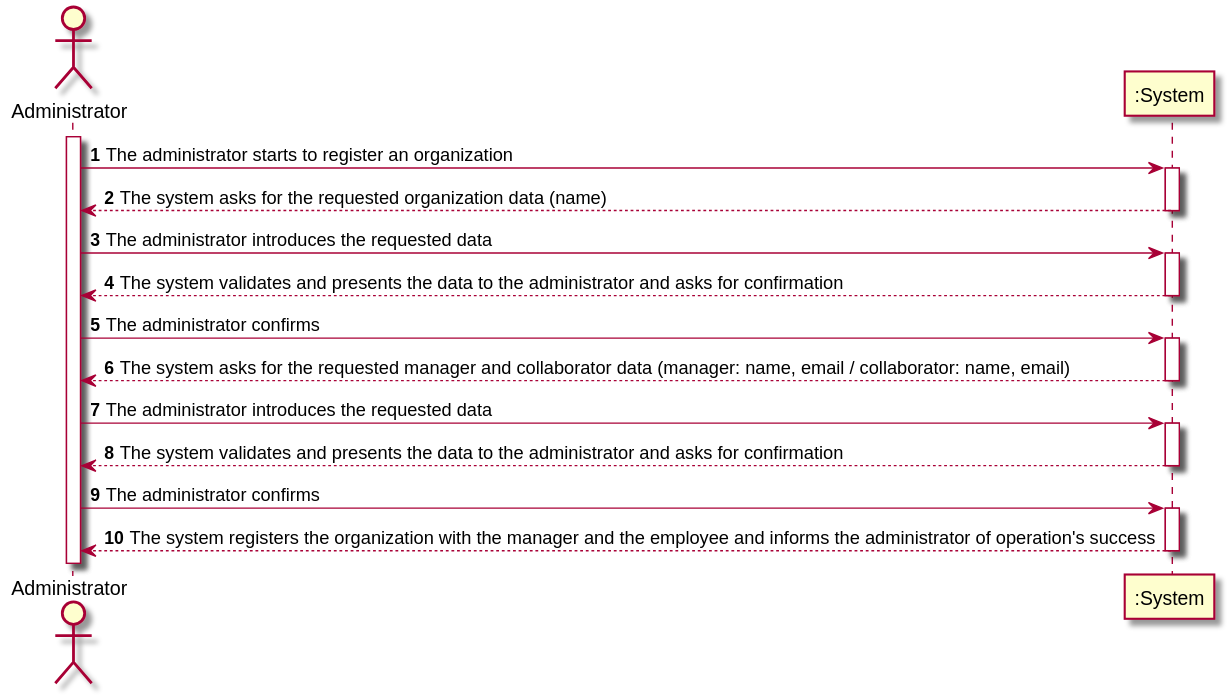
Above: LAPR2-2020-G010-Application/docs/usecases/UC2/UC2_SSD.svg in LourencoMelo/ISEP-LAPR2 (PlantUML), before the change. Source of this version:
```plantuml
@startuml
autonumber

actor "Administrator" as ADMIN
participant ":System" as SYS

activate ADMIN
ADMIN -> SYS : The administrator starts to register an organization
activate SYS
ADMIN <-- SYS : The system asks for the requested organization data (name)
deactivate SYS
ADMIN -> SYS : The administrator introduces the requested data
activate SYS
ADMIN <-- SYS : The system validates and presents the data to the administrator and asks for confirmation
deactivate SYS
ADMIN -> SYS : The administrator confirms
activate SYS
ADMIN <-- SYS : The system asks for the requested manager and collaborator data (manager: name, email / collaborator: name, email)
deactivate SYS
ADMIN -> SYS : The administrator introduces the requested data
activate SYS
ADMIN <-- SYS : The system validates and presents the data to the administrator and asks for confirmation
deactivate SYS
ADMIN -> SYS : The administrator confirms
activate SYS
ADMIN <-- SYS : The system registers the organization with the manager and the employee and informs the administrator of operation's success
deactivate SYS

@enduml
```
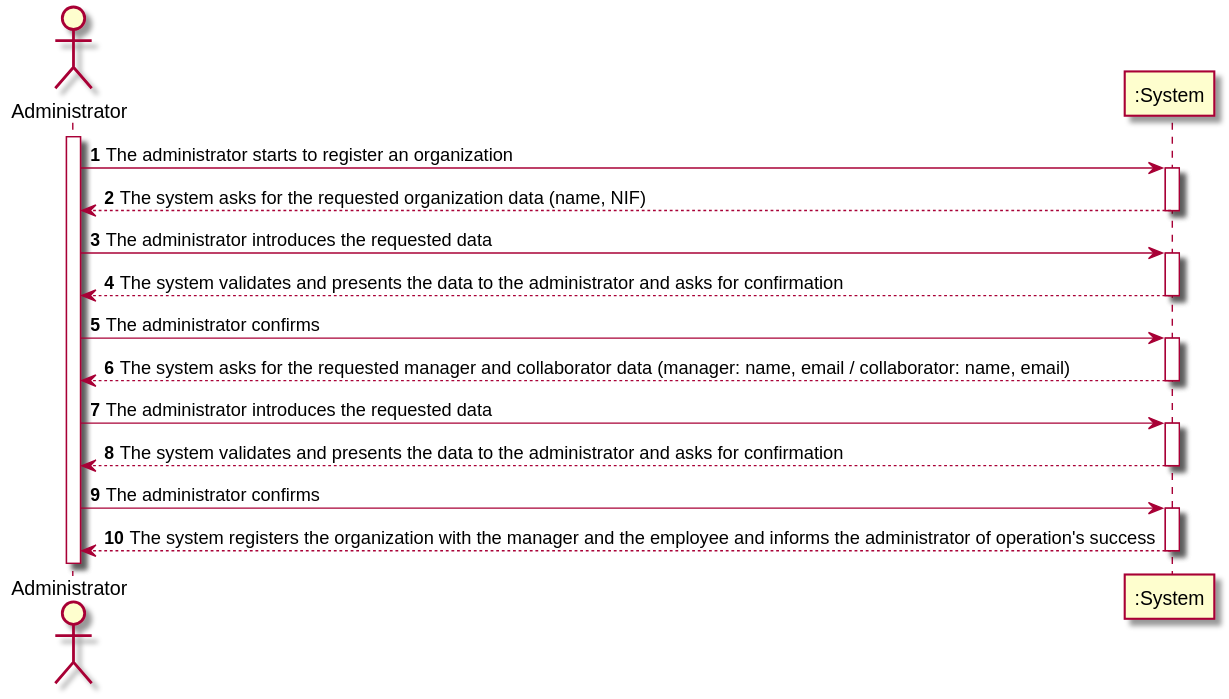
After the commit.

Commit message:
Changes about the organization [UC-02]

Diff of the diagram source:
```diff
@@ -7,7 +7,7 @@
 activate ADMIN
 ADMIN -> SYS : The administrator starts to register an organization
 activate SYS
-ADMIN <-- SYS : The system asks for the requested organization data (name)
+ADMIN <-- SYS : The system asks for the requested organization data (name, NIF)
 deactivate SYS
 ADMIN -> SYS : The administrator introduces the requested data
 activate SYS
```
